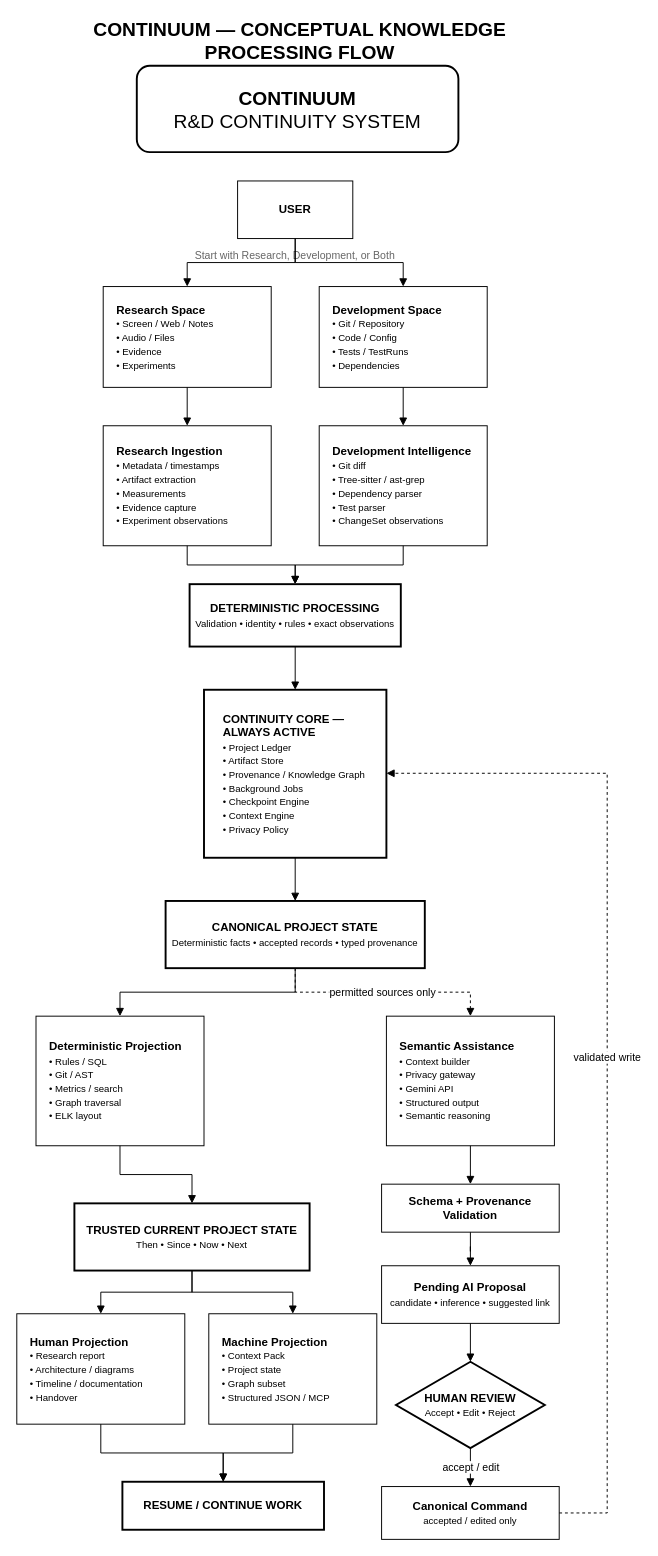
The draw.io diagram docs/diagrams/CONTINUUM-CONCEPTUAL-KNOWLEDGE-PROCESSING-FLOW.drawio in WiefranVarenzo/Continuum, before the edit. Source tidied: cells renumbered, new cells numbered last; positions are measured from the earlier drawing's top-left corner, leaving out a move shared by most shapes. Both pictures are drawn from the tidied source at 96%, with x=0, y=0 at pixel (16, 22).
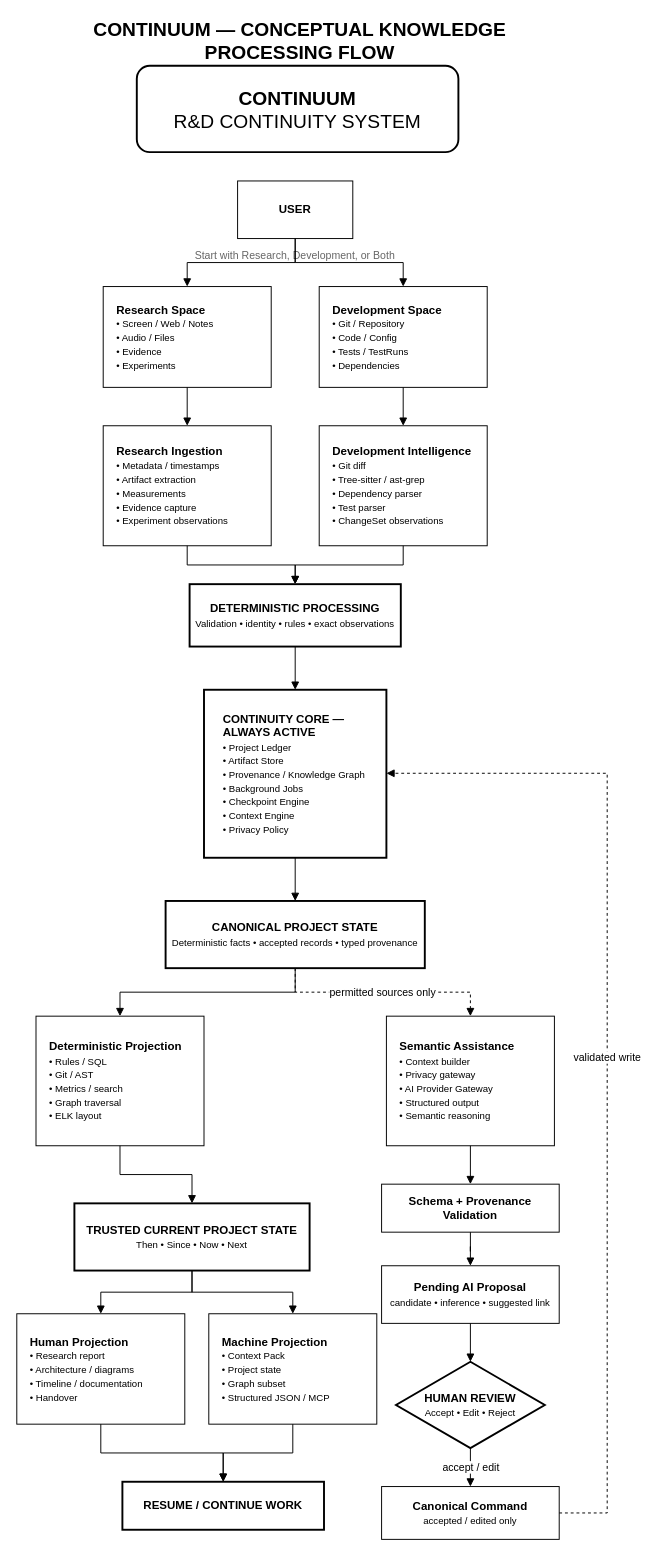
Above is the later version.

The edit, as a diff of the source:
```diff
@@
-    <mxCell id="14" value="&lt;b&gt;Semantic Assistance&lt;/b&gt;&lt;br&gt;&lt;font style=&quot;font-size:10px&quot;&gt;• Context builder&lt;br&gt;• Privacy gateway&lt;br&gt;• Gemini API&lt;br&gt;• Structured output&lt;br&gt;• Semantic reasoning&lt;/font&gt;" style="rounded=0;whiteSpace=wrap;html=1;align=left;verticalAlign=middle;spacingLeft=12;" parent="1" vertex="1">
+    <mxCell id="14" value="&lt;b&gt;Semantic Assistance&lt;/b&gt;&lt;br&gt;&lt;font style=&quot;font-size:10px&quot;&gt;• Context builder&lt;br&gt;• Privacy gateway&lt;br&gt;• AI Provider Gateway&lt;br&gt;• Structured output&lt;br&gt;• Semantic reasoning&lt;/font&gt;" style="rounded=0;whiteSpace=wrap;html=1;align=left;verticalAlign=middle;spacingLeft=12;" parent="1" vertex="1">
       <mxGeometry x="385" y="1035" width="175" height="135" as="geometry" />
     </mxCell>
```
